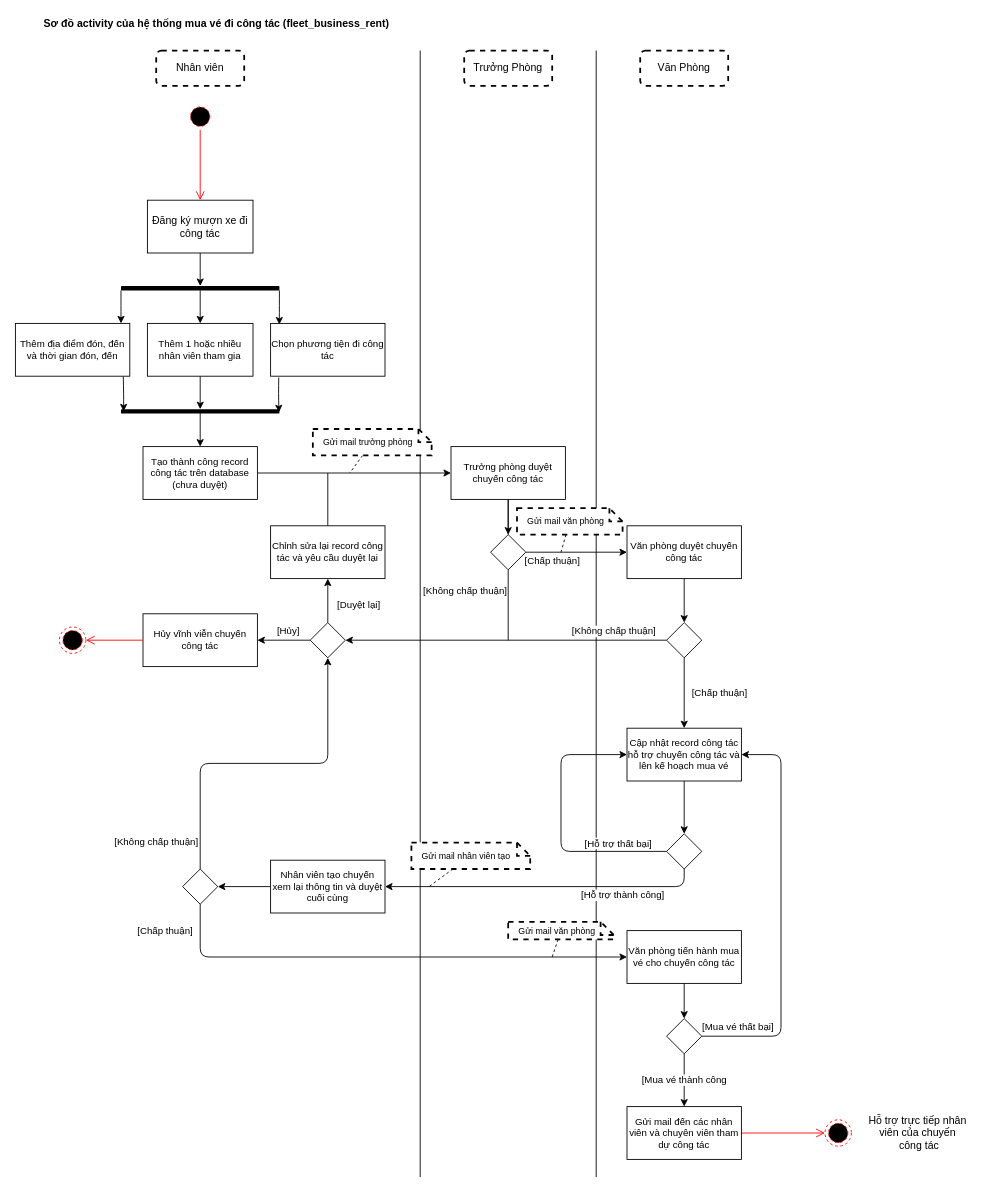
This is uml-diargrams/uml_activity_fleet_business_rent.drawio from NgoHuuNghia/odoo15-digitalocean, a draw.io file, before an edit. Source tidied: cells renumbered, new cells numbered last; positions are measured from the earlier drawing's top-left corner, leaving out a move shared by most shapes. Both pictures are drawn from the tidied source at 88%, with x=0, y=0 at pixel (15, 15).
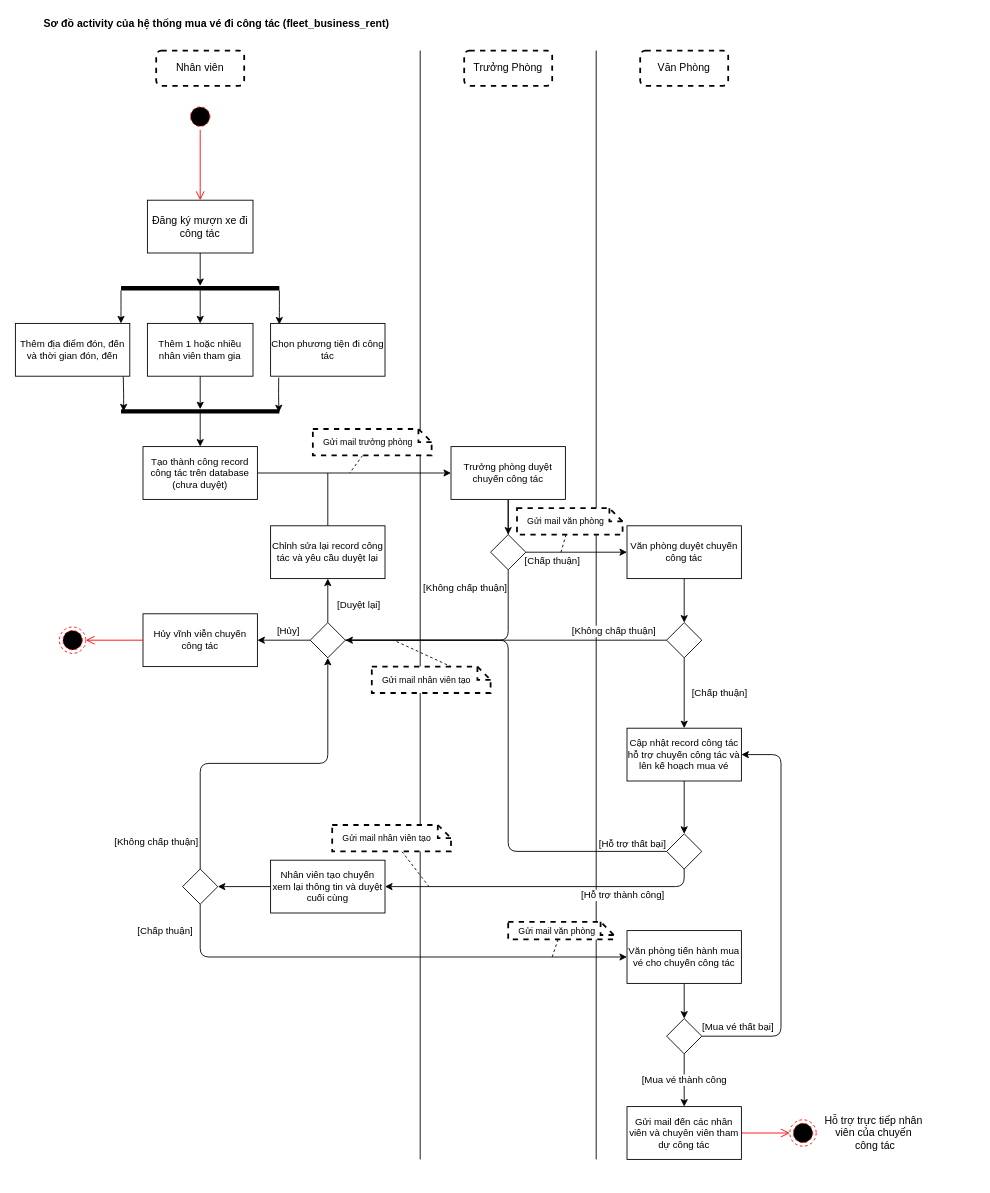
The same diagram, later.

Unchanged cells that the change refers to:
```xml
<mxCell id="29" style="rhombus;whiteSpace=wrap;html=1;" parent="1" vertex="1">
  <mxGeometry x="540" y="590" width="40" height="40" as="geometry" />
</mxCell>
<mxCell id="38" value="Cập nhật record công tác hỗ trợ chuyến công tác và lên kế hoạch mua vé" style="whiteSpace=wrap;html=1;rounded=0;fontSize=11;" parent="1" vertex="1">
  <mxGeometry x="695" y="810" width="130" height="60" as="geometry" />
</mxCell>
<mxCell id="42" style="rhombus;whiteSpace=wrap;html=1;" parent="1" vertex="1">
  <mxGeometry x="335" y="690" width="40" height="40" as="geometry" />
</mxCell>
<mxCell id="46" style="rhombus;whiteSpace=wrap;html=1;" parent="1" vertex="1">
  <mxGeometry x="740" y="930" width="40" height="40" as="geometry" />
</mxCell>
```

Change to the diagram source:
```diff
@@
     <mxCell id="2" style="endArrow=none;html=1;" parent="1" edge="1">
       <mxGeometry relative="1" as="geometry">
-        <mxPoint x="660" y="1320" as="sourcePoint" />
+        <mxPoint x="660" y="1300" as="sourcePoint" />
         <mxPoint x="660" y="40" as="targetPoint" />
       </mxGeometry>
     </mxCell>
@@
     <mxCell id="22" style="endArrow=none;html=1;" parent="1" edge="1">
       <mxGeometry relative="1" as="geometry">
-        <mxPoint x="460" y="1320" as="sourcePoint" />
+        <mxPoint x="460" y="1300" as="sourcePoint" />
         <mxPoint x="460" y="40" as="targetPoint" />
       </mxGeometry>
     </mxCell>
@@
-    <mxCell id="27" style="edgeStyle=none;html=1;endArrow=none;endFill=0;" parent="1" edge="1" source="29">
+    <mxCell id="27" style="edgeStyle=none;html=1;endArrow=none;endFill=0;" parent="1" edge="1" source="29" target="42">
       <mxGeometry relative="1" as="geometry">
-        <mxPoint x="560" y="710" as="targetPoint" />
+        <Array as="points">
+          <mxPoint x="560" y="710" />
+        </Array>
       </mxGeometry>
     </mxCell>
     <mxCell id="28" value="[Không chấp thuận]" style="edgeLabel;html=1;align=center;verticalAlign=middle;" parent="27" vertex="1">
       <mxGeometry x="-0.19" y="-1" relative="1" as="geometry">
-        <mxPoint x="-49" y="-9" as="offset" />
+        <mxPoint x="-23" y="-59" as="offset" />
       </mxGeometry>
     </mxCell>
@@
-    <mxCell id="43" style="edgeStyle=none;html=1;entryX=0;entryY=0.5;entryDx=0;entryDy=0;endArrow=classic;endFill=1;" parent="1" edge="1" source="46" target="38">
+    <mxCell id="43" style="edgeStyle=none;html=1;endArrow=none;endFill=0;" parent="1" edge="1" source="46" target="42">
       <mxGeometry relative="1" as="geometry">
         <Array as="points">
-          <mxPoint x="620" y="950" />
-          <mxPoint x="620" y="840" />
+          <mxPoint x="560" y="950" />
+          <mxPoint x="560" y="710" />
         </Array>
       </mxGeometry>
     </mxCell>
     <mxCell id="44" value="[Hỗ trợ thất bại]" style="edgeLabel;html=1;align=center;verticalAlign=middle;" parent="43" vertex="1">
       <mxGeometry x="-0.73" y="-1" relative="1" as="geometry">
-        <mxPoint x="-15" y="-9" as="offset" />
+        <mxPoint x="42" y="-9" as="offset" />
       </mxGeometry>
     </mxCell>
@@
     <mxCell id="53" style="ellipse;html=1;shape=endState;fillColor=#000000;strokeColor=#ff0000;dashed=1;" parent="1" vertex="1">
-      <mxGeometry x="920" y="1255" width="30" height="30" as="geometry" />
+      <mxGeometry x="880" y="1255" width="30" height="30" as="geometry" />
     </mxCell>
     <mxCell id="54" value="&lt;span&gt;Hỗ trợ trực tiếp nhân&lt;br&gt;viên của chuyến&lt;br&gt;&amp;nbsp;công tác&lt;/span&gt;" style="text;html=1;align=center;verticalAlign=middle;strokeColor=none;fillColor=none;" parent="1" vertex="1">
-      <mxGeometry x="960" y="1245" width="130" height="50" as="geometry" />
+      <mxGeometry x="910" y="1245" width="130" height="50" as="geometry" />
     </mxCell>
@@
     <mxCell id="70" value="Gửi mail nhân viên tạo" style="shape=note;size=15;align=left;spacingLeft=10;html=1;whiteSpace=wrap;rounded=0;dashed=1;labelBackgroundColor=none;fontSize=10;fontColor=default;strokeWidth=2;" parent="1" vertex="1">
-      <mxGeometry x="450" y="940" width="135" height="30" as="geometry" />
+      <mxGeometry x="360" y="920" width="135" height="30" as="geometry" />
     </mxCell>
@@
+    <mxCell id="74" style="edgeStyle=none;html=1;exitX=0.673;exitY=0.013;exitDx=0;exitDy=0;exitPerimeter=0;endArrow=none;endFill=0;dashed=1;" parent="1" edge="1" source="75">
+      <mxGeometry relative="1" as="geometry">
+        <mxPoint x="430" y="710" as="targetPoint" />
+      </mxGeometry>
+    </mxCell>
+    <mxCell id="75" value="Gửi mail nhân viên tạo" style="shape=note;size=15;align=left;spacingLeft=10;html=1;whiteSpace=wrap;rounded=0;dashed=1;labelBackgroundColor=none;fontSize=10;fontColor=default;strokeWidth=2;" parent="1" vertex="1">
+      <mxGeometry x="405" y="740" width="135" height="30" as="geometry" />
+    </mxCell>
```
